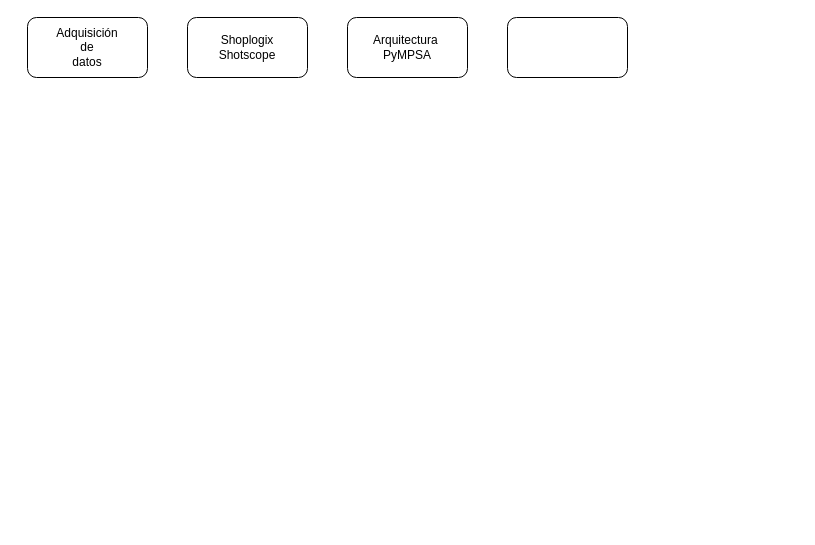
Earlier version of the draw.io diagram Actividades SQUAD.drawio (hectorpg95/Diagramas). Source tidied: cells renumbered, new cells numbered last; positions are measured from the earlier drawing's top-left corner, leaving out a move shared by most shapes. Both pictures are drawn from the tidied source at 100%, with x=0, y=0 at pixel (27, 17).
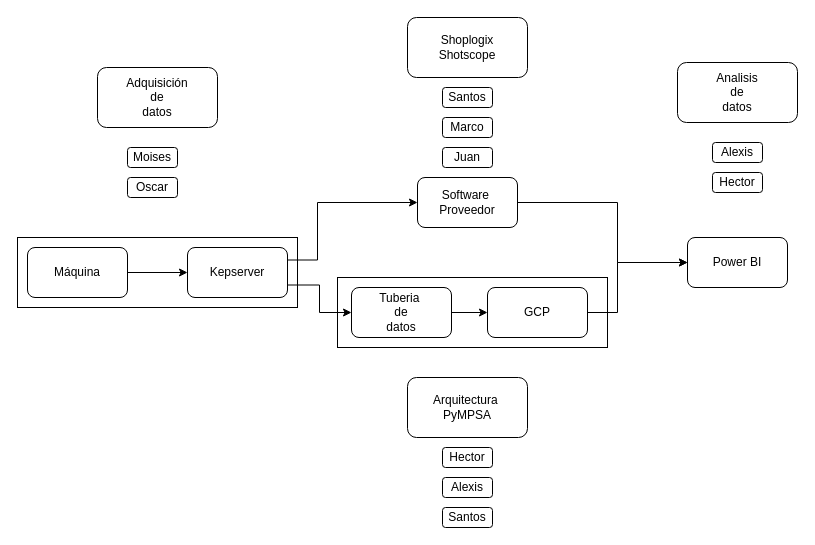
Above is the later version.

Diff of the diagram source:
```diff
@@
+    <mxCell id="6" style="rounded=0;whiteSpace=wrap;html=1;" parent="1" vertex="1">
+      <mxGeometry x="310" y="260" width="270" height="70" as="geometry" />
+    </mxCell>
+    <mxCell id="7" style="rounded=0;whiteSpace=wrap;html=1;" parent="1" vertex="1">
+      <mxGeometry x="-10" y="220" width="280" height="70" as="geometry" />
+    </mxCell>
     <mxCell id="2" value="Adquisición &lt;br&gt;de &lt;br&gt;datos" style="rounded=1;whiteSpace=wrap;html=1;" parent="1" vertex="1">
-      <mxGeometry width="120" height="60" as="geometry" />
+      <mxGeometry x="70" y="50" width="120" height="60" as="geometry" />
     </mxCell>
     <mxCell id="3" value="Shoplogix&lt;br&gt;Shotscope" style="rounded=1;whiteSpace=wrap;html=1;" parent="1" vertex="1">
-      <mxGeometry x="160" width="120" height="60" as="geometry" />
+      <mxGeometry x="380" width="120" height="60" as="geometry" />
     </mxCell>
     <mxCell id="4" value="Arquitectura&amp;nbsp;&lt;br&gt;PyMPSA" style="rounded=1;whiteSpace=wrap;html=1;" parent="1" vertex="1">
-      <mxGeometry x="320" width="120" height="60" as="geometry" />
+      <mxGeometry x="380" y="360" width="120" height="60" as="geometry" />
     </mxCell>
-    <mxCell id="5" style="rounded=1;whiteSpace=wrap;html=1;" parent="1" vertex="1">
-      <mxGeometry x="480" width="120" height="60" as="geometry" />
+    <mxCell id="5" value="Analisis &lt;br&gt;de &lt;br&gt;datos" style="rounded=1;whiteSpace=wrap;html=1;" parent="1" vertex="1">
+      <mxGeometry x="650" y="45" width="120" height="60" as="geometry" />
     </mxCell>
+    <mxCell id="8" style="edgeStyle=orthogonalEdgeStyle;rounded=0;jettySize=auto;html=1;exitX=1;exitY=0.5;exitDx=0;exitDy=0;entryX=0;entryY=0.5;entryDx=0;entryDy=0;" parent="1" edge="1" source="9" target="12">
+      <mxGeometry relative="1" as="geometry" />
+    </mxCell>
+    <mxCell id="9" value="Máquina" style="rounded=1;whiteSpace=wrap;html=1;" parent="1" vertex="1">
+      <mxGeometry y="230" width="100" height="50" as="geometry" />
+    </mxCell>
+    <mxCell id="10" style="edgeStyle=orthogonalEdgeStyle;rounded=0;jettySize=auto;html=1;exitX=1;exitY=0.25;exitDx=0;exitDy=0;entryX=0;entryY=0.5;entryDx=0;entryDy=0;" parent="1" edge="1" source="12" target="14">
+      <mxGeometry relative="1" as="geometry">
+        <Array as="points">
+          <mxPoint x="290" y="242" />
+          <mxPoint x="290" y="185" />
+        </Array>
+      </mxGeometry>
+    </mxCell>
+    <mxCell id="11" style="edgeStyle=orthogonalEdgeStyle;rounded=0;jettySize=auto;html=1;exitX=1;exitY=0.75;exitDx=0;exitDy=0;entryX=0;entryY=0.5;entryDx=0;entryDy=0;" parent="1" edge="1" source="12" target="16">
+      <mxGeometry relative="1" as="geometry" />
+    </mxCell>
+    <mxCell id="12" value="&lt;div&gt;Kepserver&lt;/div&gt;" style="rounded=1;whiteSpace=wrap;html=1;" parent="1" vertex="1">
+      <mxGeometry x="160" y="230" width="100" height="50" as="geometry" />
+    </mxCell>
+    <mxCell id="13" style="edgeStyle=orthogonalEdgeStyle;rounded=0;jettySize=auto;html=1;exitX=1;exitY=0.5;exitDx=0;exitDy=0;entryX=0;entryY=0.5;entryDx=0;entryDy=0;" parent="1" edge="1" source="14" target="17">
+      <mxGeometry relative="1" as="geometry">
+        <Array as="points">
+          <mxPoint x="590" y="185" />
+          <mxPoint x="590" y="245" />
+        </Array>
+      </mxGeometry>
+    </mxCell>
+    <mxCell id="14" value="&lt;div&gt;Software&amp;nbsp;&lt;br&gt;Proveedor&lt;/div&gt;" style="rounded=1;whiteSpace=wrap;html=1;" parent="1" vertex="1">
+      <mxGeometry x="390" y="160" width="100" height="50" as="geometry" />
+    </mxCell>
+    <mxCell id="15" style="edgeStyle=orthogonalEdgeStyle;rounded=0;jettySize=auto;html=1;exitX=1;exitY=0.5;exitDx=0;exitDy=0;entryX=0;entryY=0.5;entryDx=0;entryDy=0;" parent="1" edge="1" source="16" target="19">
+      <mxGeometry relative="1" as="geometry" />
+    </mxCell>
+    <mxCell id="16" value="Tuberia&amp;nbsp;&lt;br&gt;de&lt;br&gt;datos" style="rounded=1;whiteSpace=wrap;html=1;" parent="1" vertex="1">
+      <mxGeometry x="324" y="270" width="100" height="50" as="geometry" />
+    </mxCell>
+    <mxCell id="17" value="Power BI" style="rounded=1;whiteSpace=wrap;html=1;" parent="1" vertex="1">
+      <mxGeometry x="660" y="220" width="100" height="50" as="geometry" />
+    </mxCell>
+    <mxCell id="18" style="edgeStyle=orthogonalEdgeStyle;rounded=0;jettySize=auto;html=1;exitX=1;exitY=0.5;exitDx=0;exitDy=0;" parent="1" edge="1" source="19" target="17">
+      <mxGeometry relative="1" as="geometry">
+        <Array as="points">
+          <mxPoint x="590" y="295" />
+          <mxPoint x="590" y="245" />
+        </Array>
+      </mxGeometry>
+    </mxCell>
+    <mxCell id="19" value="GCP" style="rounded=1;whiteSpace=wrap;html=1;" parent="1" vertex="1">
+      <mxGeometry x="460" y="270" width="100" height="50" as="geometry" />
+    </mxCell>
+    <mxCell id="20" value="Moises" style="rounded=1;whiteSpace=wrap;html=1;" parent="1" vertex="1">
+      <mxGeometry x="100" y="130" width="50" height="20" as="geometry" />
+    </mxCell>
+    <mxCell id="21" value="Oscar" style="rounded=1;whiteSpace=wrap;html=1;" parent="1" vertex="1">
+      <mxGeometry x="100" y="160" width="50" height="20" as="geometry" />
+    </mxCell>
+    <mxCell id="22" value="Santos" style="rounded=1;whiteSpace=wrap;html=1;" parent="1" vertex="1">
+      <mxGeometry x="415" y="70" width="50" height="20" as="geometry" />
+    </mxCell>
+    <mxCell id="23" value="Marco" style="rounded=1;whiteSpace=wrap;html=1;" parent="1" vertex="1">
+      <mxGeometry x="415" y="100" width="50" height="20" as="geometry" />
+    </mxCell>
+    <mxCell id="24" value="Juan" style="rounded=1;whiteSpace=wrap;html=1;" parent="1" vertex="1">
+      <mxGeometry x="415" y="130" width="50" height="20" as="geometry" />
+    </mxCell>
+    <mxCell id="25" value="Hector" style="rounded=1;whiteSpace=wrap;html=1;" parent="1" vertex="1">
+      <mxGeometry x="415" y="430" width="50" height="20" as="geometry" />
+    </mxCell>
+    <mxCell id="26" value="Alexis" style="rounded=1;whiteSpace=wrap;html=1;" parent="1" vertex="1">
+      <mxGeometry x="415" y="460" width="50" height="20" as="geometry" />
+    </mxCell>
+    <mxCell id="27" value="Santos" style="rounded=1;whiteSpace=wrap;html=1;" parent="1" vertex="1">
+      <mxGeometry x="415" y="490" width="50" height="20" as="geometry" />
+    </mxCell>
+    <mxCell id="28" value="Alexis" style="rounded=1;whiteSpace=wrap;html=1;" parent="1" vertex="1">
+      <mxGeometry x="685" y="125" width="50" height="20" as="geometry" />
+    </mxCell>
+    <mxCell id="29" value="Hector" style="rounded=1;whiteSpace=wrap;html=1;" parent="1" vertex="1">
+      <mxGeometry x="685" y="155" width="50" height="20" as="geometry" />
+    </mxCell>
```
